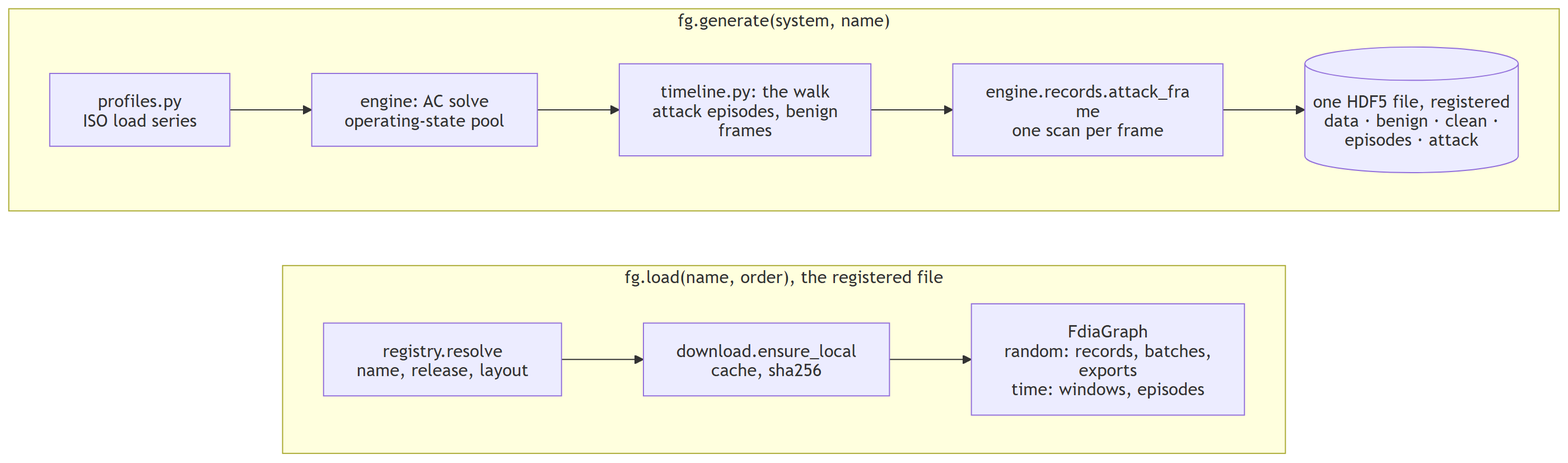
The Mermaid diagram docs/figures/diagrams/roadmap_generate_load.png in myersben9/fdia-graph, before a commit. Its source is kept beside it as docs/figures/diagrams/roadmap_generate_load.mmd. The source it was exported from:
```mermaid
flowchart TB
    subgraph generate["fg.generate(system, name)"]
        direction LR
        p1[profiles.py<br/>ISO load series] --> p2["engine: AC solve<br/>operating-state pool"]
        p2 --> p3["timeline.py: the walk<br/>attack episodes, benign frames"]
        p3 --> p4[engine.records.attack_frame<br/>one scan per frame]
        p4 --> p5[("one HDF5 file, registered<br/>data · benign · clean · episodes · attack")]
    end
    subgraph load["fg.load(name, order), the registered file"]
        direction LR
        l1[registry.resolve<br/>name, release, layout] --> l2[download.ensure_local<br/>cache, sha256]
        l2 --> l3["FdiaGraph<br/>random: records, batches, exports<br/>time: windows, episodes"]
    end
    generate ~~~ load
```
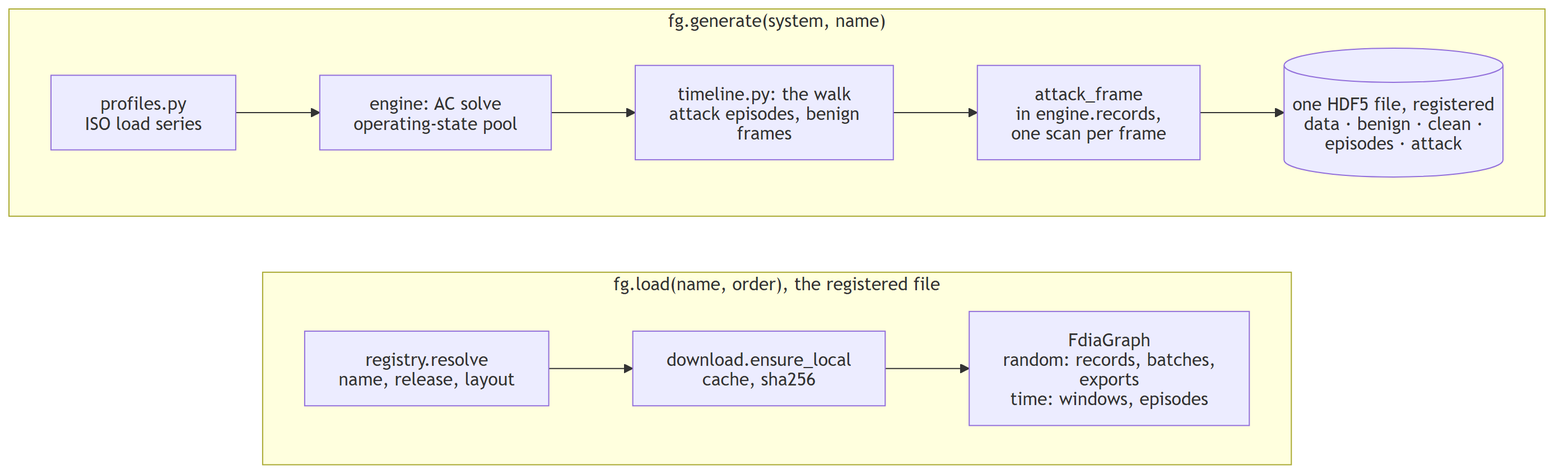
Above is the later version.

Commit message:
Diagrams: the SVG named in the rule and the tool's usage, dead changelog paths fixed, attack_frame label broken before the identifier

What changed in the source:
```diff
@@ -3,7 +3,7 @@
         direction LR
         p1[profiles.py<br/>ISO load series] --> p2["engine: AC solve<br/>operating-state pool"]
         p2 --> p3["timeline.py: the walk<br/>attack episodes, benign frames"]
-        p3 --> p4[engine.records.attack_frame<br/>one scan per frame]
+        p3 --> p4["attack_frame<br/>in engine.records,<br/>one scan per frame"]
         p4 --> p5[("one HDF5 file, registered<br/>data · benign · clean · episodes · attack")]
     end
     subgraph load["fg.load(name, order), the registered file"]
```
